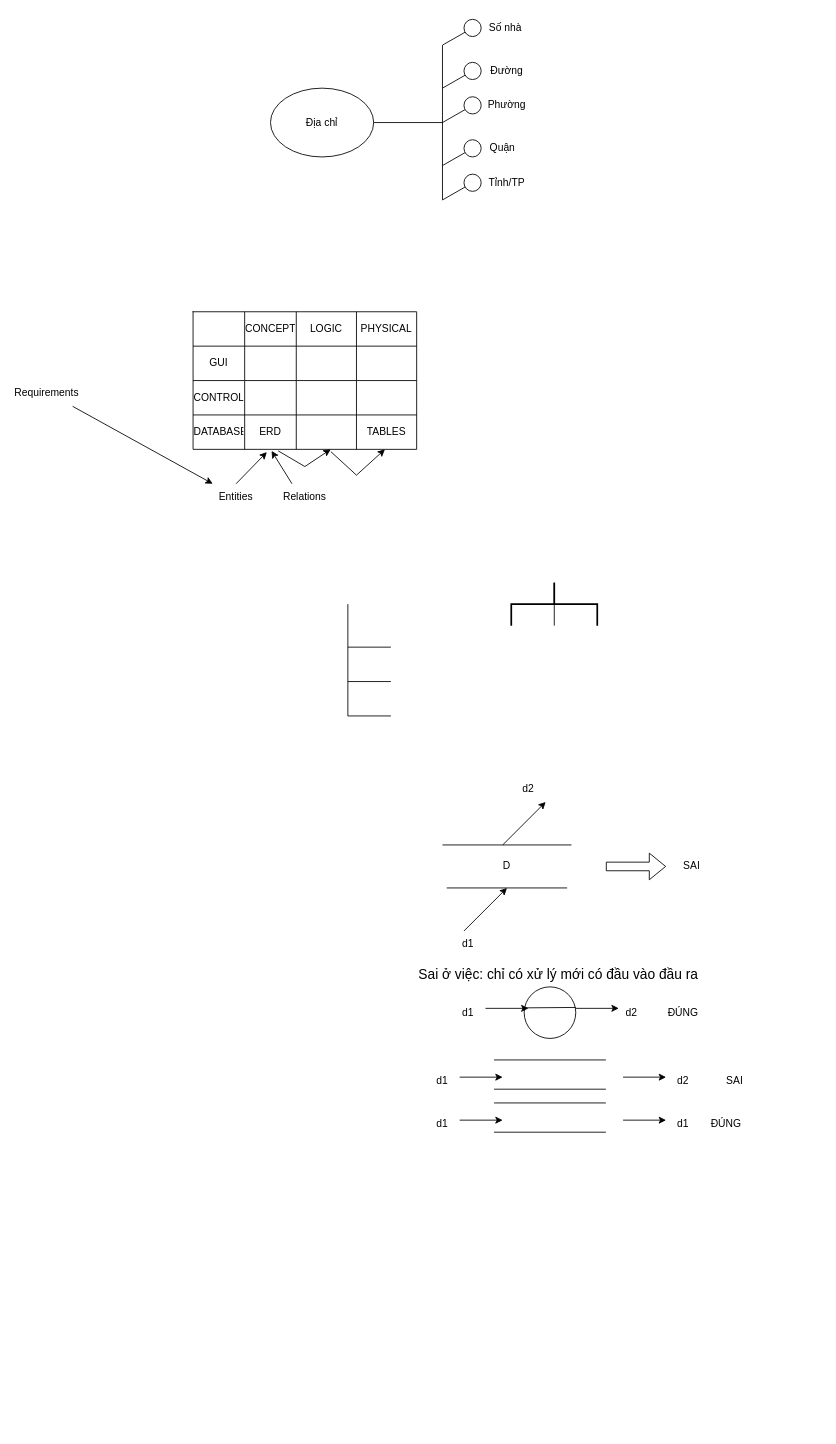
Earlier version of the draw.io diagram Untitled Diagram.drawio (datnham0212/PTTK). Source tidied: cells renumbered, new cells numbered last; positions are measured from the earlier drawing's top-left corner, leaving out a move shared by most shapes. Both pictures are drawn from the tidied source at 86%, with x=0, y=0 at pixel (21, 15).
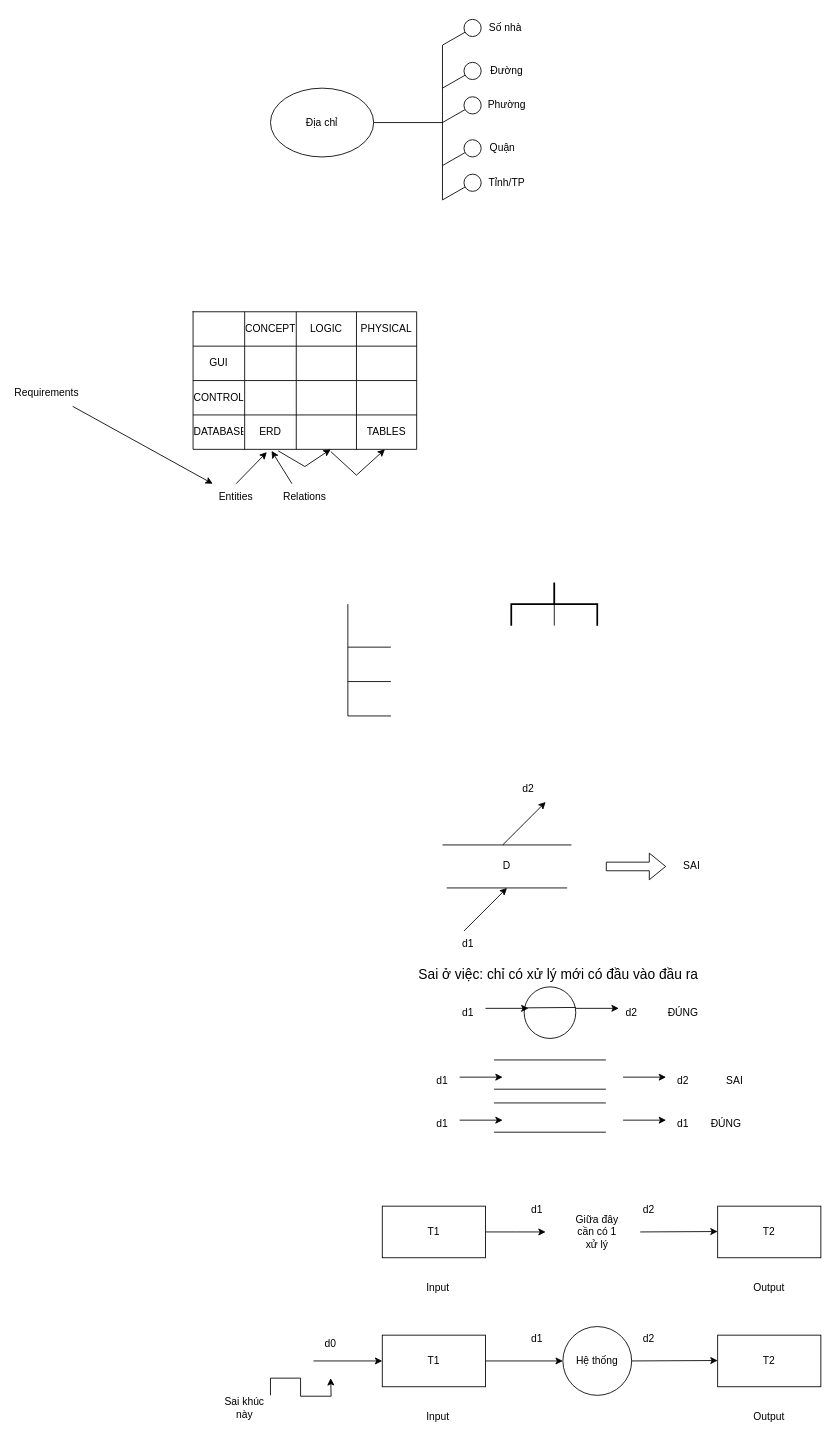
Above is the later version.

Change to the diagram source:
```diff
@@
+    <mxCell id="86" style="edgeStyle=orthogonalEdgeStyle;rounded=0;jettySize=auto;html=1;" parent="1" edge="1" source="87">
+      <mxGeometry relative="1" as="geometry">
+        <mxPoint x="610" y="1415" as="targetPoint" />
+      </mxGeometry>
+    </mxCell>
+    <mxCell id="87" value="T1" style="rounded=0;whiteSpace=wrap;html=1;" parent="1" vertex="1">
+      <mxGeometry x="420" y="1385" width="120" height="60" as="geometry" />
+    </mxCell>
+    <mxCell id="88" value="T2" style="rounded=0;whiteSpace=wrap;html=1;" parent="1" vertex="1">
+      <mxGeometry x="810" y="1385" width="120" height="60" as="geometry" />
+    </mxCell>
+    <mxCell id="89" value="d1" style="text;html=1;strokeColor=none;fillColor=none;align=center;verticalAlign=middle;whiteSpace=wrap;rounded=0;" parent="1" vertex="1">
+      <mxGeometry x="570" y="1375" width="60" height="30" as="geometry" />
+    </mxCell>
+    <mxCell id="90" value="d2" style="text;html=1;strokeColor=none;fillColor=none;align=center;verticalAlign=middle;whiteSpace=wrap;rounded=0;" parent="1" vertex="1">
+      <mxGeometry x="700" y="1375" width="60" height="30" as="geometry" />
+    </mxCell>
+    <mxCell id="91" style="endArrow=classic;html=1;rounded=0;" parent="1" edge="1">
+      <mxGeometry relative="1" as="geometry">
+        <mxPoint x="720" y="1415" as="sourcePoint" />
+        <mxPoint x="810" y="1414.5" as="targetPoint" />
+      </mxGeometry>
+    </mxCell>
+    <mxCell id="92" value="Input" style="text;html=1;strokeColor=none;fillColor=none;align=center;verticalAlign=middle;whiteSpace=wrap;rounded=0;" parent="1" vertex="1">
+      <mxGeometry x="455" y="1465" width="60" height="30" as="geometry" />
+    </mxCell>
+    <mxCell id="93" value="Output" style="text;html=1;strokeColor=none;fillColor=none;align=center;verticalAlign=middle;whiteSpace=wrap;rounded=0;" parent="1" vertex="1">
+      <mxGeometry x="840" y="1465" width="60" height="30" as="geometry" />
+    </mxCell>
+    <mxCell id="94" style="edgeStyle=orthogonalEdgeStyle;rounded=0;jettySize=auto;html=1;entryX=0;entryY=0.5;entryDx=0;entryDy=0;" parent="1" edge="1" source="95" target="102">
+      <mxGeometry relative="1" as="geometry" />
+    </mxCell>
+    <mxCell id="95" value="T1" style="rounded=0;whiteSpace=wrap;html=1;" parent="1" vertex="1">
+      <mxGeometry x="420" y="1535" width="120" height="60" as="geometry" />
+    </mxCell>
+    <mxCell id="96" value="T2" style="rounded=0;whiteSpace=wrap;html=1;" parent="1" vertex="1">
+      <mxGeometry x="810" y="1535" width="120" height="60" as="geometry" />
+    </mxCell>
+    <mxCell id="97" value="d1" style="text;html=1;strokeColor=none;fillColor=none;align=center;verticalAlign=middle;whiteSpace=wrap;rounded=0;" parent="1" vertex="1">
+      <mxGeometry x="570" y="1525" width="60" height="30" as="geometry" />
+    </mxCell>
+    <mxCell id="98" value="d2" style="text;html=1;strokeColor=none;fillColor=none;align=center;verticalAlign=middle;whiteSpace=wrap;rounded=0;" parent="1" vertex="1">
+      <mxGeometry x="700" y="1525" width="60" height="30" as="geometry" />
+    </mxCell>
+    <mxCell id="99" style="endArrow=classic;html=1;rounded=0;exitX=1;exitY=0.5;exitDx=0;exitDy=0;" parent="1" edge="1" source="102">
+      <mxGeometry relative="1" as="geometry">
+        <mxPoint x="810" y="1564.5" as="targetPoint" />
+      </mxGeometry>
+    </mxCell>
+    <mxCell id="100" value="Input" style="text;html=1;strokeColor=none;fillColor=none;align=center;verticalAlign=middle;whiteSpace=wrap;rounded=0;" parent="1" vertex="1">
+      <mxGeometry x="455" y="1615" width="60" height="30" as="geometry" />
+    </mxCell>
+    <mxCell id="101" value="Output" style="text;html=1;strokeColor=none;fillColor=none;align=center;verticalAlign=middle;whiteSpace=wrap;rounded=0;" parent="1" vertex="1">
+      <mxGeometry x="840" y="1615" width="60" height="30" as="geometry" />
+    </mxCell>
+    <mxCell id="102" value="Hệ thống" style="ellipse;whiteSpace=wrap;html=1;" parent="1" vertex="1">
+      <mxGeometry x="630" y="1525" width="80" height="80" as="geometry" />
+    </mxCell>
+    <mxCell id="103" style="endArrow=classic;html=1;rounded=0;" parent="1" edge="1">
+      <mxGeometry relative="1" as="geometry">
+        <mxPoint x="340" y="1565" as="sourcePoint" />
+        <mxPoint x="420" y="1565" as="targetPoint" />
+      </mxGeometry>
+    </mxCell>
+    <mxCell id="104" value="d0" style="text;html=1;strokeColor=none;fillColor=none;align=center;verticalAlign=middle;whiteSpace=wrap;rounded=0;" parent="1" vertex="1">
+      <mxGeometry x="330" y="1530" width="60" height="30" as="geometry" />
+    </mxCell>
+    <mxCell id="105" style="edgeStyle=orthogonalEdgeStyle;rounded=0;jettySize=auto;html=1;exitX=1;exitY=0;exitDx=0;exitDy=0;" parent="1" edge="1" source="106">
+      <mxGeometry relative="1" as="geometry">
+        <mxPoint x="360" y="1585" as="targetPoint" />
+      </mxGeometry>
+    </mxCell>
+    <mxCell id="106" value="Sai khúc này" style="text;html=1;strokeColor=none;fillColor=none;align=center;verticalAlign=middle;whiteSpace=wrap;rounded=0;" parent="1" vertex="1">
+      <mxGeometry x="230" y="1605" width="60" height="30" as="geometry" />
+    </mxCell>
+    <mxCell id="107" value="Giữa đây cần có 1 xử lý" style="text;html=1;strokeColor=none;fillColor=none;align=center;verticalAlign=middle;whiteSpace=wrap;rounded=0;" parent="1" vertex="1">
+      <mxGeometry x="640" y="1400" width="60" height="30" as="geometry" />
+    </mxCell>
```
